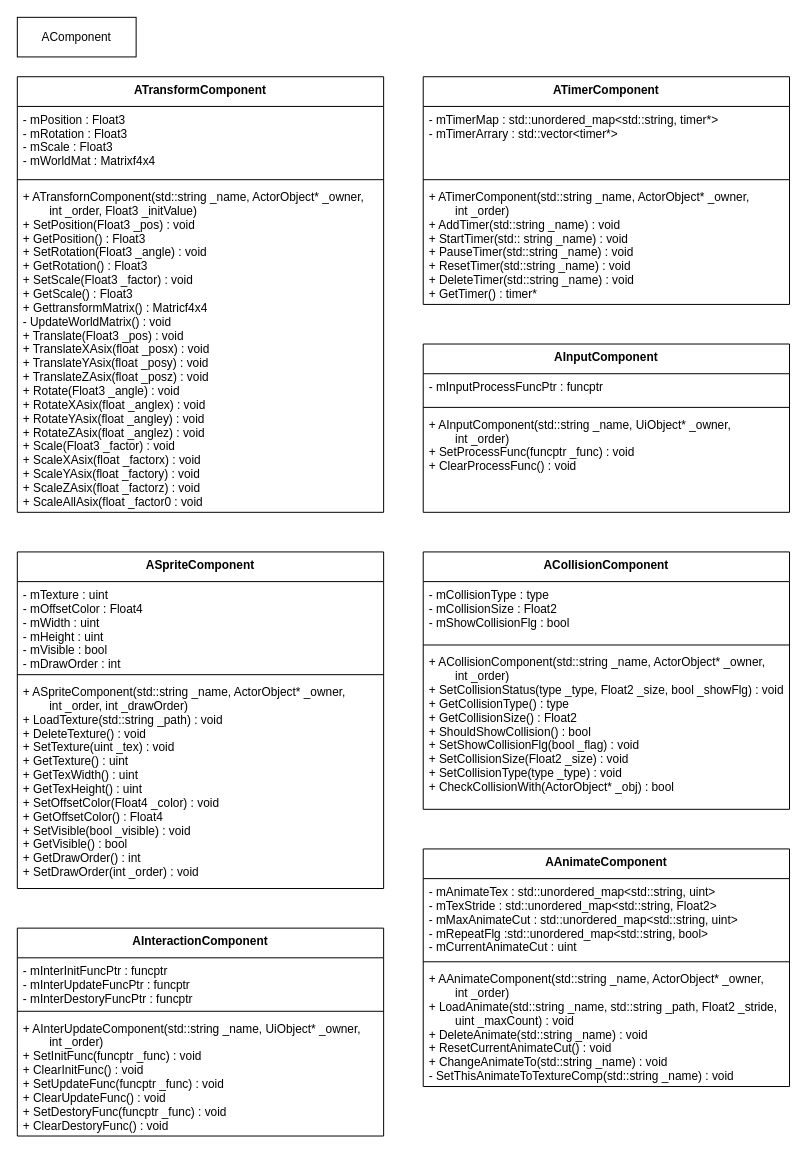
Before: page "acomponent" (5 of 7) of MyNinDesign.drawio in HIBICUS-CAI/NinAtHome_OpenGL, a draw.io diagram. Source tidied: cells renumbered, new cells numbered last; positions are measured from the earlier drawing's top-left corner, leaving out a move shared by most shapes. Both pictures are drawn from the tidied source at 99%, with x=0, y=0 at pixel (17, 17).
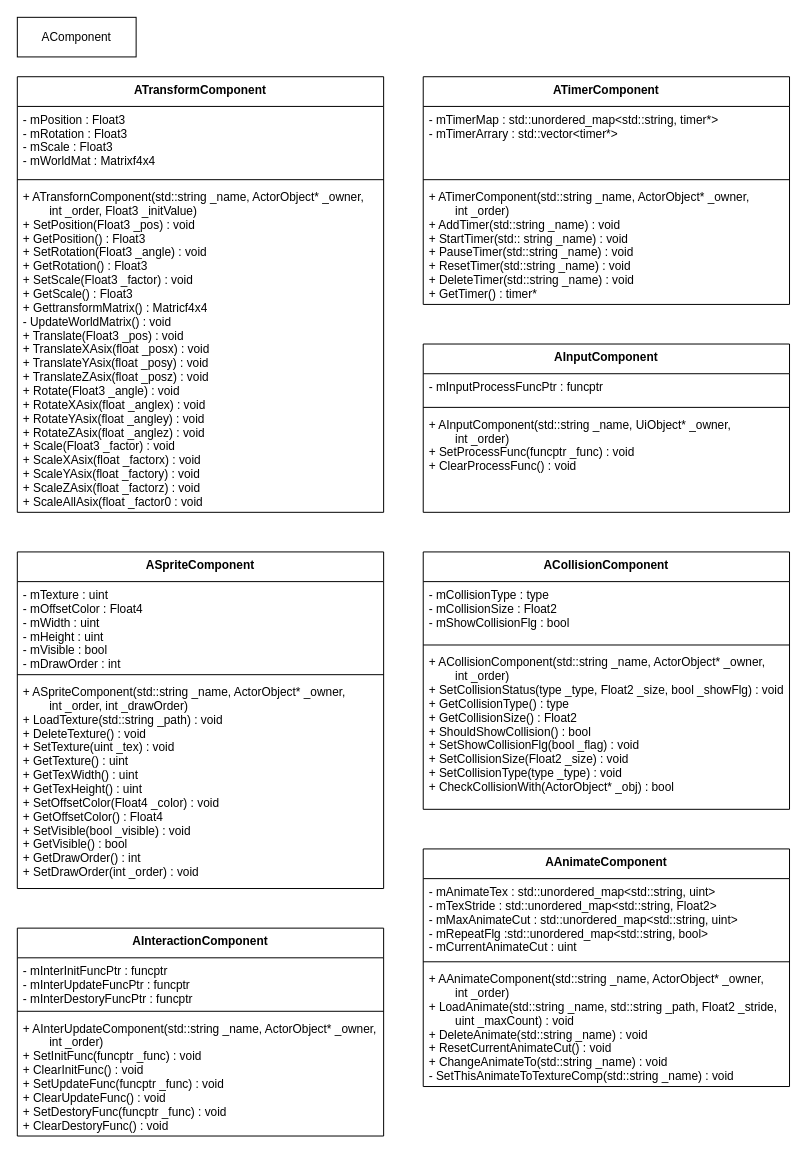
The same diagram, later.

Unchanged cells that the change refers to:
```xml
<mxCell id="23" value="AInteractionComponent" style="swimlane;fontStyle=1;align=center;verticalAlign=top;horizontal=1;startSize=30;" parent="1" vertex="1">
  <mxGeometry y="920" width="370" height="210" as="geometry" />
</mxCell>
```

Diff of the diagram source:
```diff
@@
-    <mxCell id="26" value="+ AInterUpdateComponent(std::string _name, UiObject* _owner,&#10;        int _order)&#10;+ SetInitFunc(funcptr _func) : void&#10;+ ClearInitFunc() : void&#10;+ SetUpdateFunc(funcptr _func) : void&#10;+ ClearUpdateFunc() : void&#10;+ SetDestoryFunc(funcptr _func) : void&#10;+ ClearDestoryFunc() : void" style="text;strokeColor=none;fillColor=none;align=left;verticalAlign=top;spacingLeft=4;spacingRight=4;overflow=hidden;" parent="23" vertex="1">
+    <mxCell id="26" value="+ AInterUpdateComponent(std::string _name, ActorObject* _owner,&#10;        int _order)&#10;+ SetInitFunc(funcptr _func) : void&#10;+ ClearInitFunc() : void&#10;+ SetUpdateFunc(funcptr _func) : void&#10;+ ClearUpdateFunc() : void&#10;+ SetDestoryFunc(funcptr _func) : void&#10;+ ClearDestoryFunc() : void" style="text;strokeColor=none;fillColor=none;align=left;verticalAlign=top;spacingLeft=4;spacingRight=4;overflow=hidden;" parent="23" vertex="1">
       <mxGeometry y="88" width="370" height="122" as="geometry" />
     </mxCell>
```
